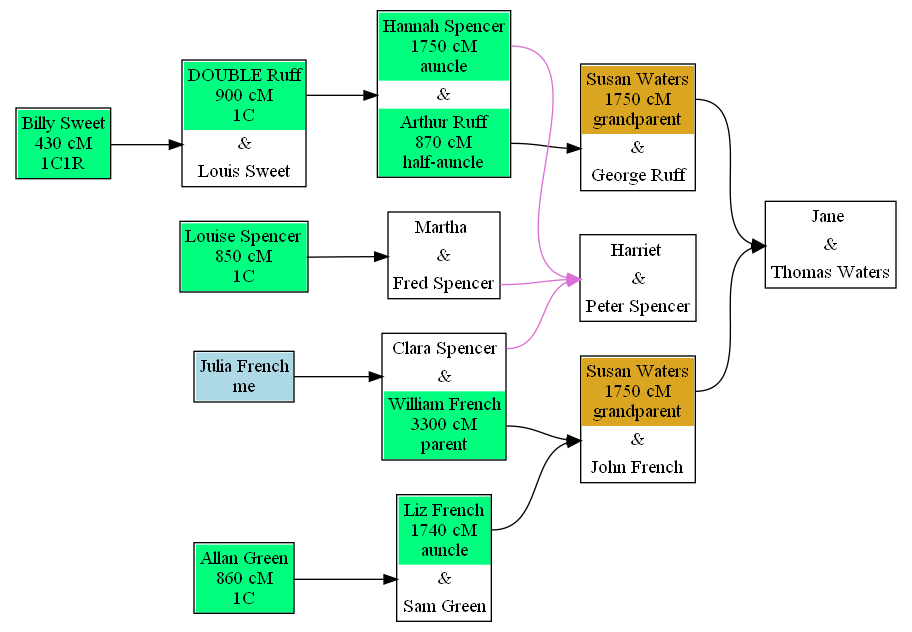
Before: test-data/double-cousins-plus.png, a diagram exported from Graphviz (johnandrea/draw-dna-matches). Its source is kept beside it as test-data/double-cousins-plus.dot.
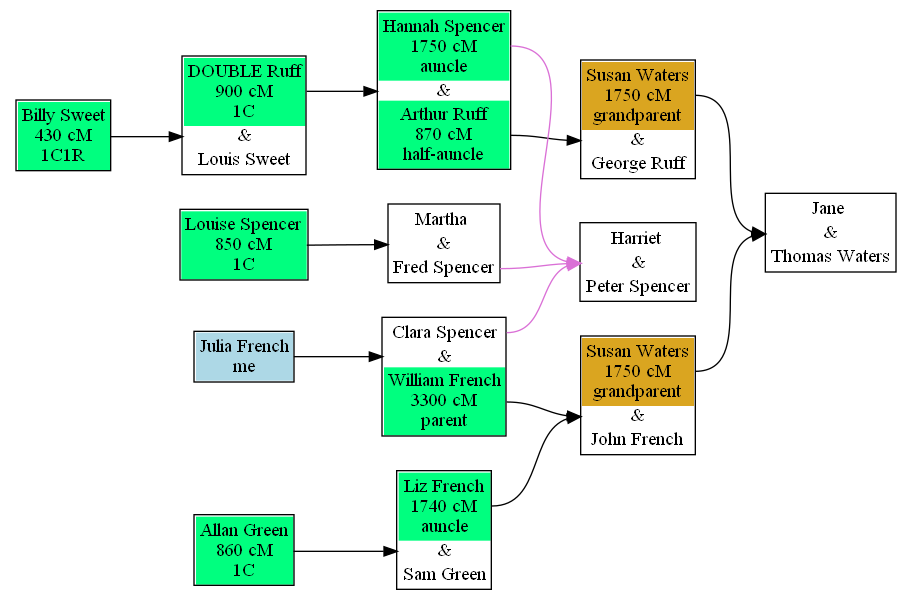
The same file after the commit.

The edit, as a diff of the source:
```diff
@@ -4,84 +4,84 @@
 f2 [label=<
 <table cellpadding="3" border="1" cellspacing="0" cellborder="0">
 <tr><td port="w" bgcolor="goldenrod">Susan Waters<br/>1750 cM<br/>grandparent</td></tr>
-<tr><td port="u">&amp;</td></tr>
+<tr><td port="u" cellpadding="0" cellspacing="0">&amp;</td></tr>
 <tr><td port="h">John French</td></tr>
 </table>>];
 f3 [label=<
 <table cellpadding="3" border="1" cellspacing="0" cellborder="0">
 <tr><td port="w">Clara Spencer</td></tr>
-<tr><td port="u">&amp;</td></tr>
+<tr><td port="u" cellpadding="0" cellspacing="0">&amp;</td></tr>
 <tr><td port="h" bgcolor="springgreen">William French<br/>3300 cM<br/>parent</td></tr>
 </table>>];
 f4 [label=<
 <table cellpadding="3" border="1" cellspacing="0" cellborder="0">
 <tr><td port="w" bgcolor="springgreen">Liz French<br/>1740 cM<br/>auncle</td></tr>
-<tr><td port="u">&amp;</td></tr>
+<tr><td port="u" cellpadding="0" cellspacing="0">&amp;</td></tr>
 <tr><td port="h">Sam Green</td></tr>
 </table>>];
 f5 [label=<
 <table cellpadding="3" border="1" cellspacing="0" cellborder="0">
 <tr><td port="w" bgcolor="goldenrod">Susan Waters<br/>1750 cM<br/>grandparent</td></tr>
-<tr><td port="u">&amp;</td></tr>
+<tr><td port="u" cellpadding="0" cellspacing="0">&amp;</td></tr>
 <tr><td port="h">George Ruff</td></tr>
 </table>>];
 f1 [label=<
 <table cellpadding="3" border="1" cellspacing="0" cellborder="0">
 <tr><td port="w">Jane </td></tr>
-<tr><td port="u">&amp;</td></tr>
+<tr><td port="u" cellpadding="0" cellspacing="0">&amp;</td></tr>
 <tr><td port="h">Thomas Waters</td></tr>
 </table>>];
 f6 [label=<
 <table cellpadding="3" border="1" cellspacing="0" cellborder="0">
 <tr><td port="w">Harriet </td></tr>
-<tr><td port="u">&amp;</td></tr>
+<tr><td port="u" cellpadding="0" cellspacing="0">&amp;</td></tr>
 <tr><td port="h">Peter Spencer</td></tr>
 </table>>];
 f7 [label=<
 <table cellpadding="3" border="1" cellspacing="0" cellborder="0">
 <tr><td port="w">Martha </td></tr>
-<tr><td port="u">&amp;</td></tr>
+<tr><td port="u" cellpadding="0" cellspacing="0">&amp;</td></tr>
 <tr><td port="h">Fred Spencer</td></tr>
 </table>>];
 f8 [label=<
 <table cellpadding="3" border="1" cellspacing="0" cellborder="0">
 <tr><td port="w" bgcolor="springgreen">Hannah Spencer<br/>1750 cM<br/>auncle</td></tr>
-<tr><td port="u">&amp;</td></tr>
+<tr><td port="u" cellpadding="0" cellspacing="0">&amp;</td></tr>
 <tr><td port="h" bgcolor="springgreen">Arthur Ruff<br/>870 cM<br/>half-auncle</td></tr>
 </table>>];
 f9 [label=<
 <table cellpadding="3" border="1" cellspacing="0" cellborder="0">
 <tr><td port="w" bgcolor="springgreen">DOUBLE Ruff<br/>900 cM<br/>1C</td></tr>
-<tr><td port="u">&amp;</td></tr>
+<tr><td port="u" cellpadding="0" cellspacing="0">&amp;</td></tr>
 <tr><td port="h">Louis Sweet</td></tr>
 </table>>];
 i10 [label=<
 <table cellpadding="3" border="1" cellspacing="0" cellborder="0">
 <tr><td port="i" bgcolor="springgreen">Allan Green<br/>860 cM<br/>1C</td></tr>
 </table>>];
+i21 [label=<
+<table cellpadding="3" border="1" cellspacing="0" cellborder="0">
+<tr><td port="i" bgcolor="springgreen">Billy Sweet<br/>430 cM<br/>1C1R</td></tr>
+</table>>];
 i18 [label=<
 <table cellpadding="3" border="1" cellspacing="0" cellborder="0">
 <tr><td port="i" bgcolor="springgreen">Louise Spencer<br/>850 cM<br/>1C</td></tr>
-</table>>];
-i21 [label=<
-<table cellpadding="3" border="1" cellspacing="0" cellborder="0">
-<tr><td port="i" bgcolor="springgreen">Billy Sweet<br/>430 cM<br/>1C1R</td></tr>
 </table>>];
 i7 [label=<
 <table cellpadding="3" border="1" cellspacing="0" cellborder="0">
 <tr><td port="i" bgcolor="lightblue">Julia French<br/>me</td></tr>
 </table>>];
 f3:w -> f6:u [color=orchid];
+f4:w -> f2:u;
+i21:i -> f9:u;
+f9:w -> f8:u;
+i7:i -> f3:u;
+i10:i -> f4:u;
+f8:h -> f5:u;
 f3:h -> f2:u;
-f4:w -> f2:u;
-i10:i -> f4:u;
+f5:w -> f1:u;
+i18:i -> f7:u;
+f2:w -> f1:u;
 f7:h -> f6:u [color=orchid];
 f8:w -> f6:u [color=orchid];
-i18:i -> f7:u;
-f8:h -> f5:u;
-i21:i -> f9:u;
-f5:w -> f1:u;
-f9:w -> f8:u;
-i7:i -> f3:u;
-f2:w -> f1:u;
 }
```
